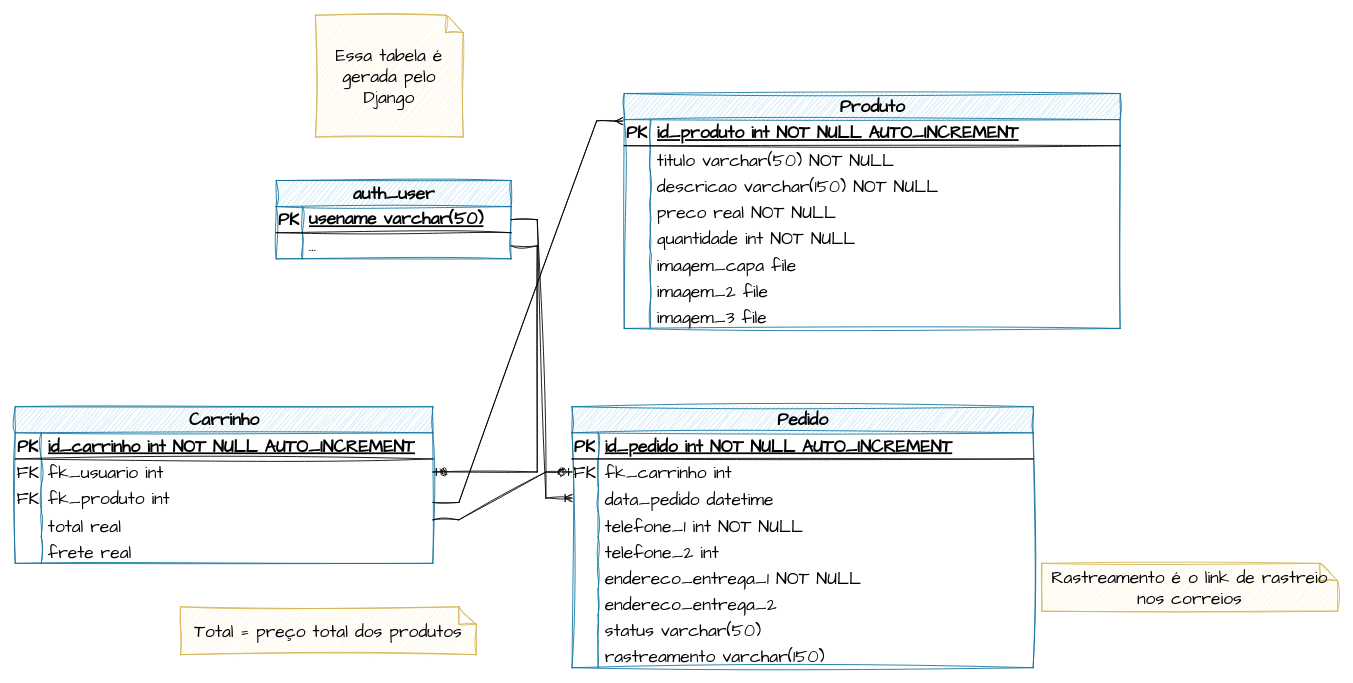
Before: docs/DER.drawio in rafaelngoncalves5/classewatches, a draw.io diagram. Source tidied: cells renumbered, new cells numbered last; positions are measured from the earlier drawing's top-left corner, leaving out a move shared by most shapes. Both pictures are drawn from the tidied source at 87%, with x=0, y=0 at pixel (15, 15).
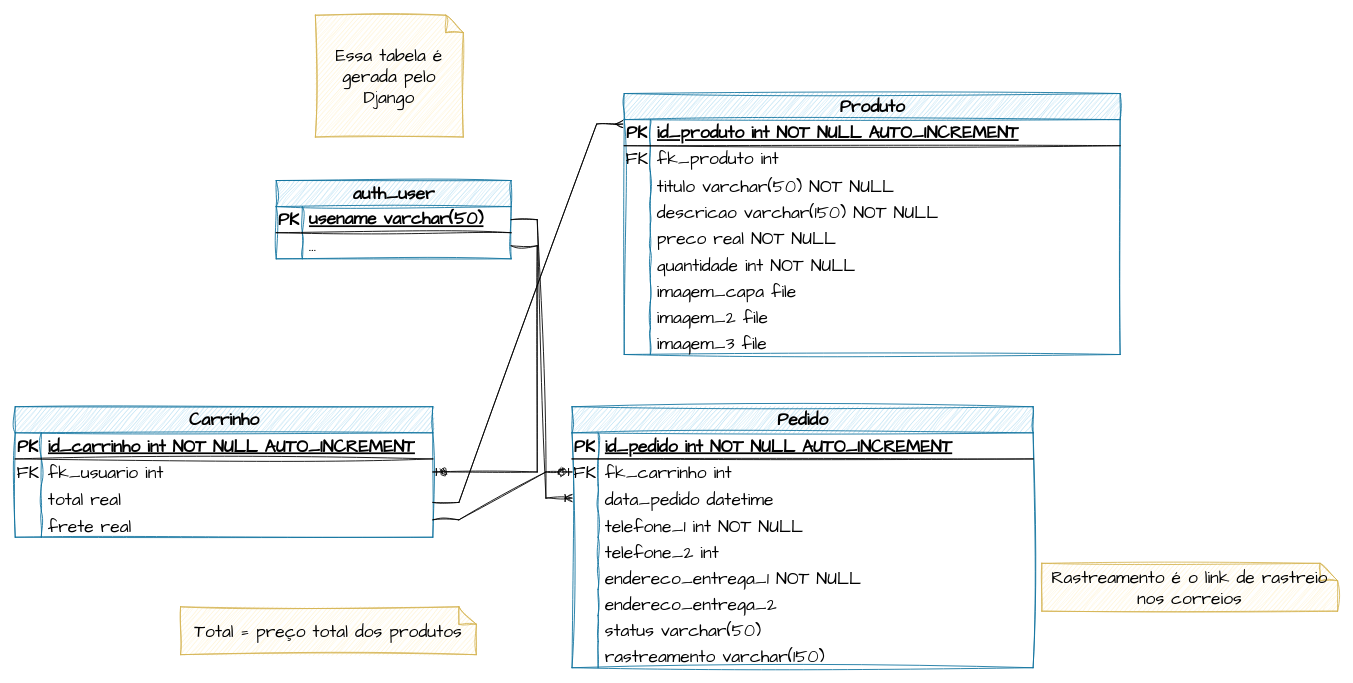
After the change.

Change to the diagram source:
```diff
@@
     <mxCell id="2" value="&lt;font color=&quot;#000000&quot;&gt;Produto&lt;/font&gt;" style="shape=table;startSize=30;childLayout=tableLayout;rowLines=0;fontStyle=1;align=center;html=1;sketch=1;hachureGap=4;jiggle=2;curveFitting=1;fontFamily=Architects Daughter;fontSize=20;fillColor=#b1ddf0;strokeColor=#10739e;" parent="1" vertex="1">
-      <mxGeometry x="700" y="90" width="570" height="270" as="geometry" />
+      <mxGeometry x="700" y="90" width="570" height="300" as="geometry" />
     </mxCell>
@@
+    <mxCell id="87" style="shape=tableRow;horizontal=0;startSize=0;swimlaneHead=0;swimlaneBody=0;fillColor=none;top=0;left=0;right=0;bottom=0;sketch=1;hachureGap=4;jiggle=2;curveFitting=1;fontFamily=Architects Daughter;fontSize=20;" parent="2" vertex="1">
+      <mxGeometry y="60" width="570" height="30" as="geometry" />
+    </mxCell>
+    <mxCell id="73" value="FK" style="shape=partialRectangle;fillColor=none;top=0;left=0;bottom=0;right=0;fontStyle=0;overflow=hidden;whiteSpace=wrap;html=1;sketch=1;hachureGap=4;jiggle=2;curveFitting=1;fontFamily=Architects Daughter;fontSize=20;" parent="87" vertex="1">
+      <mxGeometry width="30" height="30" as="geometry" />
+    </mxCell>
+    <mxCell id="74" value="fk_produto int" style="shape=partialRectangle;fillColor=none;top=0;left=0;bottom=0;right=0;align=left;spacingLeft=6;fontStyle=0;overflow=hidden;whiteSpace=wrap;html=1;sketch=1;hachureGap=4;jiggle=2;curveFitting=1;fontFamily=Architects Daughter;fontSize=20;" parent="87" vertex="1">
+      <mxGeometry x="30" width="540" height="30" as="geometry" />
+    </mxCell>
     <mxCell id="6" style="shape=tableRow;horizontal=0;startSize=0;swimlaneHead=0;swimlaneBody=0;fillColor=none;top=0;left=0;right=0;bottom=0;sketch=1;hachureGap=4;jiggle=2;curveFitting=1;fontFamily=Architects Daughter;fontSize=20;" parent="2" vertex="1">
-      <mxGeometry y="60" width="570" height="30" as="geometry" />
+      <mxGeometry y="90" width="570" height="30" as="geometry" />
     </mxCell>
@@
     <mxCell id="9" style="shape=tableRow;horizontal=0;startSize=0;swimlaneHead=0;swimlaneBody=0;fillColor=none;top=0;left=0;right=0;bottom=0;sketch=1;hachureGap=4;jiggle=2;curveFitting=1;fontFamily=Architects Daughter;fontSize=20;" parent="2" vertex="1">
-      <mxGeometry y="90" width="570" height="30" as="geometry" />
+      <mxGeometry y="120" width="570" height="30" as="geometry" />
     </mxCell>
@@
     <mxCell id="12" style="shape=tableRow;horizontal=0;startSize=0;swimlaneHead=0;swimlaneBody=0;fillColor=none;top=0;left=0;right=0;bottom=0;sketch=1;hachureGap=4;jiggle=2;curveFitting=1;fontFamily=Architects Daughter;fontSize=20;" parent="2" vertex="1">
-      <mxGeometry y="120" width="570" height="30" as="geometry" />
+      <mxGeometry y="150" width="570" height="30" as="geometry" />
     </mxCell>
@@
     <mxCell id="15" style="shape=tableRow;horizontal=0;startSize=0;swimlaneHead=0;swimlaneBody=0;fillColor=none;top=0;left=0;right=0;bottom=0;sketch=1;hachureGap=4;jiggle=2;curveFitting=1;fontFamily=Architects Daughter;fontSize=20;" parent="2" vertex="1">
-      <mxGeometry y="150" width="570" height="30" as="geometry" />
+      <mxGeometry y="180" width="570" height="30" as="geometry" />
     </mxCell>
@@
     <mxCell id="18" style="shape=tableRow;horizontal=0;startSize=0;swimlaneHead=0;swimlaneBody=0;fillColor=none;top=0;left=0;right=0;bottom=0;sketch=1;hachureGap=4;jiggle=2;curveFitting=1;fontFamily=Architects Daughter;fontSize=20;" parent="2" vertex="1">
-      <mxGeometry y="180" width="570" height="30" as="geometry" />
+      <mxGeometry y="210" width="570" height="30" as="geometry" />
     </mxCell>
@@
     <mxCell id="21" style="shape=tableRow;horizontal=0;startSize=0;swimlaneHead=0;swimlaneBody=0;fillColor=none;top=0;left=0;right=0;bottom=0;sketch=1;hachureGap=4;jiggle=2;curveFitting=1;fontFamily=Architects Daughter;fontSize=20;" parent="2" vertex="1">
-      <mxGeometry y="210" width="570" height="30" as="geometry" />
+      <mxGeometry y="240" width="570" height="30" as="geometry" />
     </mxCell>
@@
     <mxCell id="24" style="shape=tableRow;horizontal=0;startSize=0;swimlaneHead=0;swimlaneBody=0;fillColor=none;top=0;left=0;right=0;bottom=0;sketch=1;hachureGap=4;jiggle=2;curveFitting=1;fontFamily=Architects Daughter;fontSize=20;" parent="2" vertex="1">
-      <mxGeometry y="240" width="570" height="30" as="geometry" />
+      <mxGeometry y="270" width="570" height="30" as="geometry" />
     </mxCell>
@@
     <mxCell id="65" value="Carrinho" style="shape=table;startSize=30;childLayout=tableLayout;rowLines=0;fontStyle=1;align=center;html=1;sketch=1;hachureGap=4;jiggle=2;curveFitting=1;fontFamily=Architects Daughter;fontSize=20;fillColor=#b1ddf0;strokeColor=#10739e;" parent="1" vertex="1">
-      <mxGeometry y="450" width="480" height="180" as="geometry" />
+      <mxGeometry y="450" width="480" height="150" as="geometry" />
     </mxCell>
@@
-    <mxCell id="72" style="shape=tableRow;horizontal=0;startSize=0;swimlaneHead=0;swimlaneBody=0;fillColor=none;top=0;left=0;right=0;bottom=0;sketch=1;hachureGap=4;jiggle=2;curveFitting=1;fontFamily=Architects Daughter;fontSize=20;" parent="65" vertex="1">
-      <mxGeometry y="90" width="480" height="30" as="geometry" />
-    </mxCell>
-    <mxCell id="73" value="FK" style="shape=partialRectangle;fillColor=none;top=0;left=0;bottom=0;right=0;fontStyle=0;overflow=hidden;whiteSpace=wrap;html=1;sketch=1;hachureGap=4;jiggle=2;curveFitting=1;fontFamily=Architects Daughter;fontSize=20;" parent="72" vertex="1">
-      <mxGeometry width="30" height="30" as="geometry" />
-    </mxCell>
-    <mxCell id="74" value="fk_produto int" style="shape=partialRectangle;fillColor=none;top=0;left=0;bottom=0;right=0;align=left;spacingLeft=6;fontStyle=0;overflow=hidden;whiteSpace=wrap;html=1;sketch=1;hachureGap=4;jiggle=2;curveFitting=1;fontFamily=Architects Daughter;fontSize=20;" parent="72" vertex="1">
-      <mxGeometry x="30" width="450" height="30" as="geometry" />
-    </mxCell>
     <mxCell id="75" style="shape=tableRow;horizontal=0;startSize=0;swimlaneHead=0;swimlaneBody=0;fillColor=none;top=0;left=0;right=0;bottom=0;sketch=1;hachureGap=4;jiggle=2;curveFitting=1;fontFamily=Architects Daughter;fontSize=20;" parent="65" vertex="1">
-      <mxGeometry y="120" width="480" height="30" as="geometry" />
+      <mxGeometry y="90" width="480" height="30" as="geometry" />
     </mxCell>
@@
     <mxCell id="78" style="shape=tableRow;horizontal=0;startSize=0;swimlaneHead=0;swimlaneBody=0;fillColor=none;top=0;left=0;right=0;bottom=0;sketch=1;hachureGap=4;jiggle=2;curveFitting=1;fontFamily=Architects Daughter;fontSize=20;" parent="65" vertex="1">
-      <mxGeometry y="150" width="480" height="30" as="geometry" />
+      <mxGeometry y="120" width="480" height="30" as="geometry" />
     </mxCell>
```
